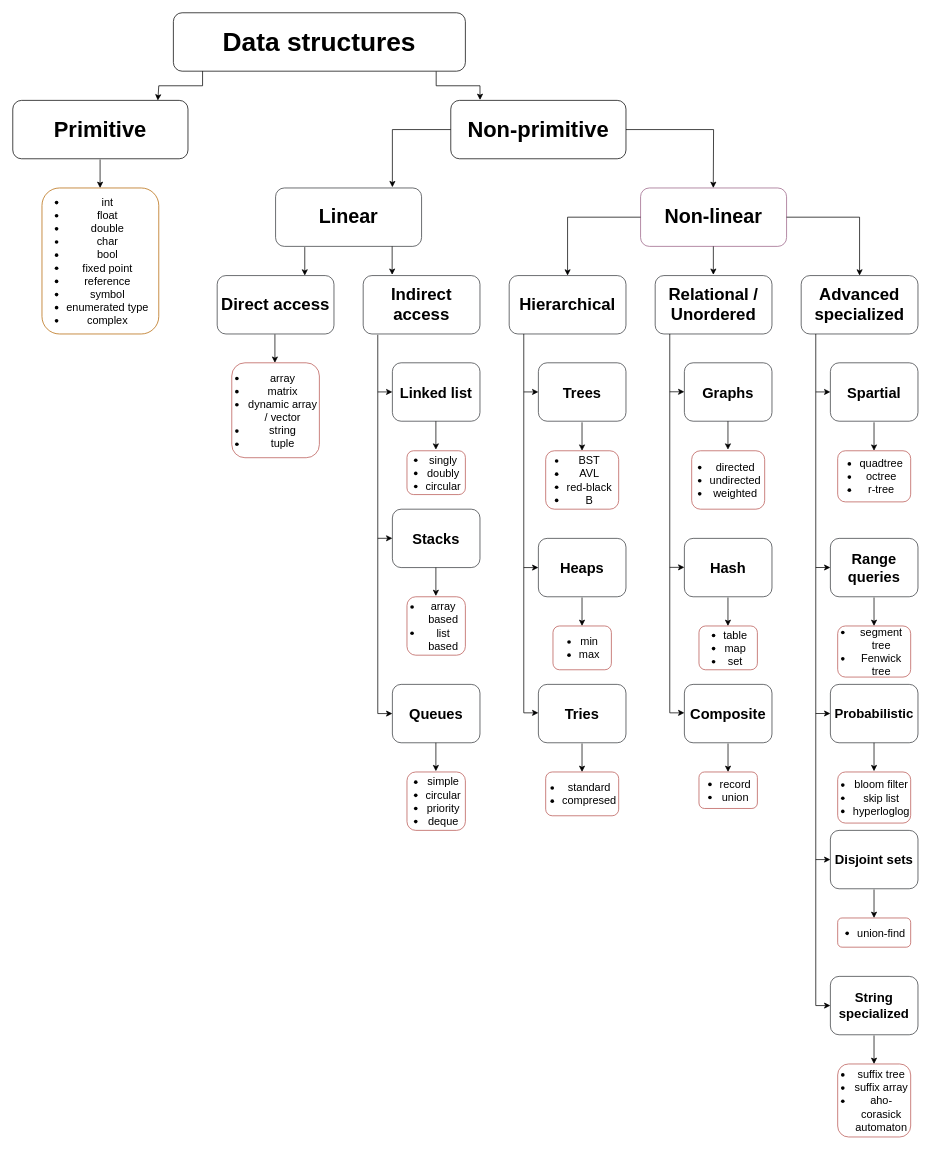
barakadax/blog keeps this draw.io diagram as page "Page-1" (1 of 2) of Data structues/data structues.drawio. Above is the earlier version. Source tidied: cells renumbered, new cells numbered last; positions are measured from the earlier drawing's top-left corner, leaving out a move shared by most shapes. Both pictures are drawn from the tidied source at 73%, with x=0, y=0 at pixel (12, 12).
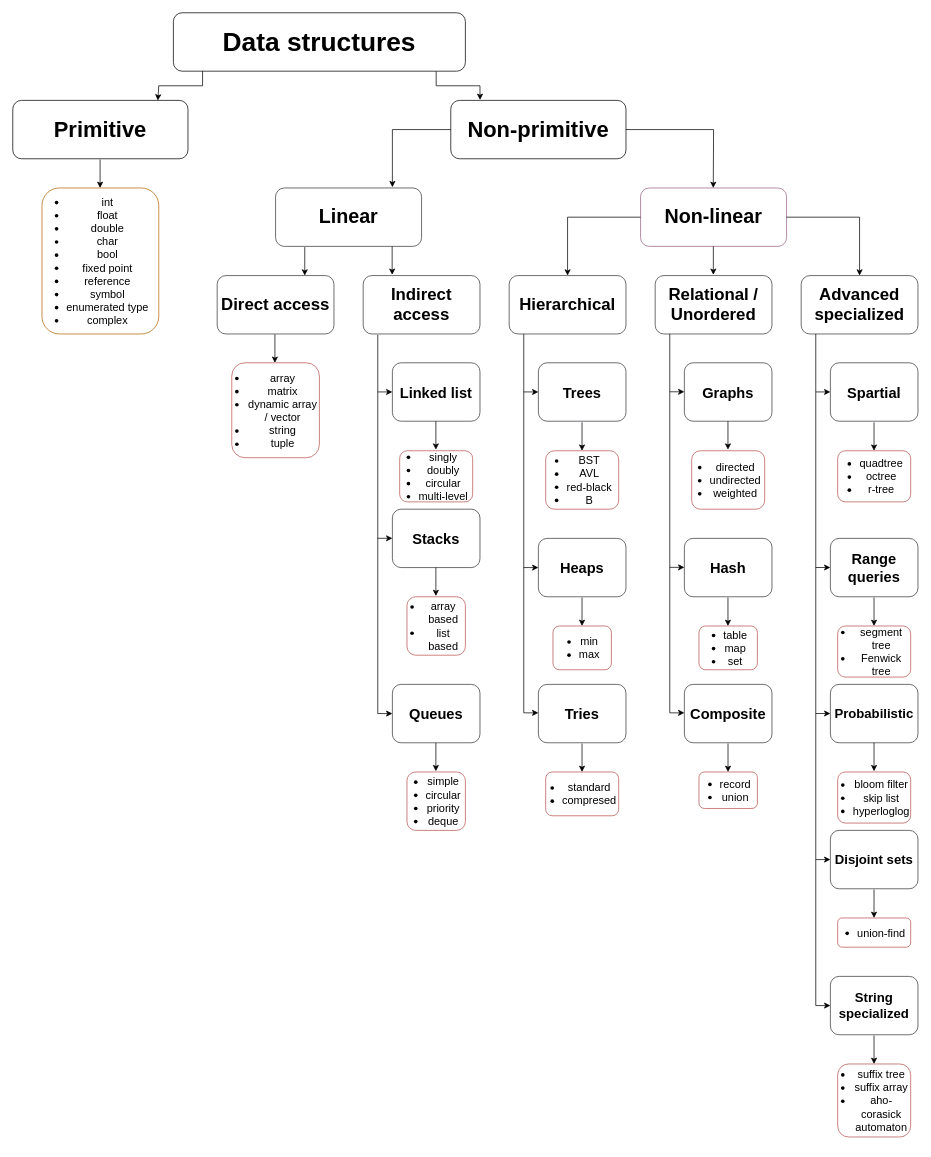
Above is the later version.

Commit message (it also covers changes not shown here):
Add ALOHAnet protocol documentation and metadata; update data structures and todo list

The edit, as a diff of the source:
```diff
@@
-    <mxCell id="21" value="&lt;ul&gt;&lt;li&gt;singly&lt;/li&gt;&lt;li&gt;doubly&lt;/li&gt;&lt;li&gt;circular&lt;/li&gt;&lt;/ul&gt;" style="rounded=1;whiteSpace=wrap;html=1;fontSize=15;align=center;verticalAlign=middle;fontStyle=0;fillColor=none;strokeColor=#b85450;glass=1;spacingLeft=-20;gradientColor=#ea6b66;" parent="1" vertex="1">
-      <mxGeometry x="540" y="600" width="80" height="60" as="geometry" />
+    <mxCell id="21" value="&lt;ul&gt;&lt;li&gt;singly&lt;/li&gt;&lt;li&gt;doubly&lt;/li&gt;&lt;li&gt;circular&lt;/li&gt;&lt;li&gt;multi-level&lt;/li&gt;&lt;/ul&gt;" style="rounded=1;whiteSpace=wrap;html=1;fontSize=15;align=center;verticalAlign=middle;fontStyle=0;fillColor=none;strokeColor=#b85450;glass=1;spacingLeft=-20;gradientColor=#ea6b66;" parent="1" vertex="1">
+      <mxGeometry x="530" y="600" width="100" height="70" as="geometry" />
     </mxCell>
```
